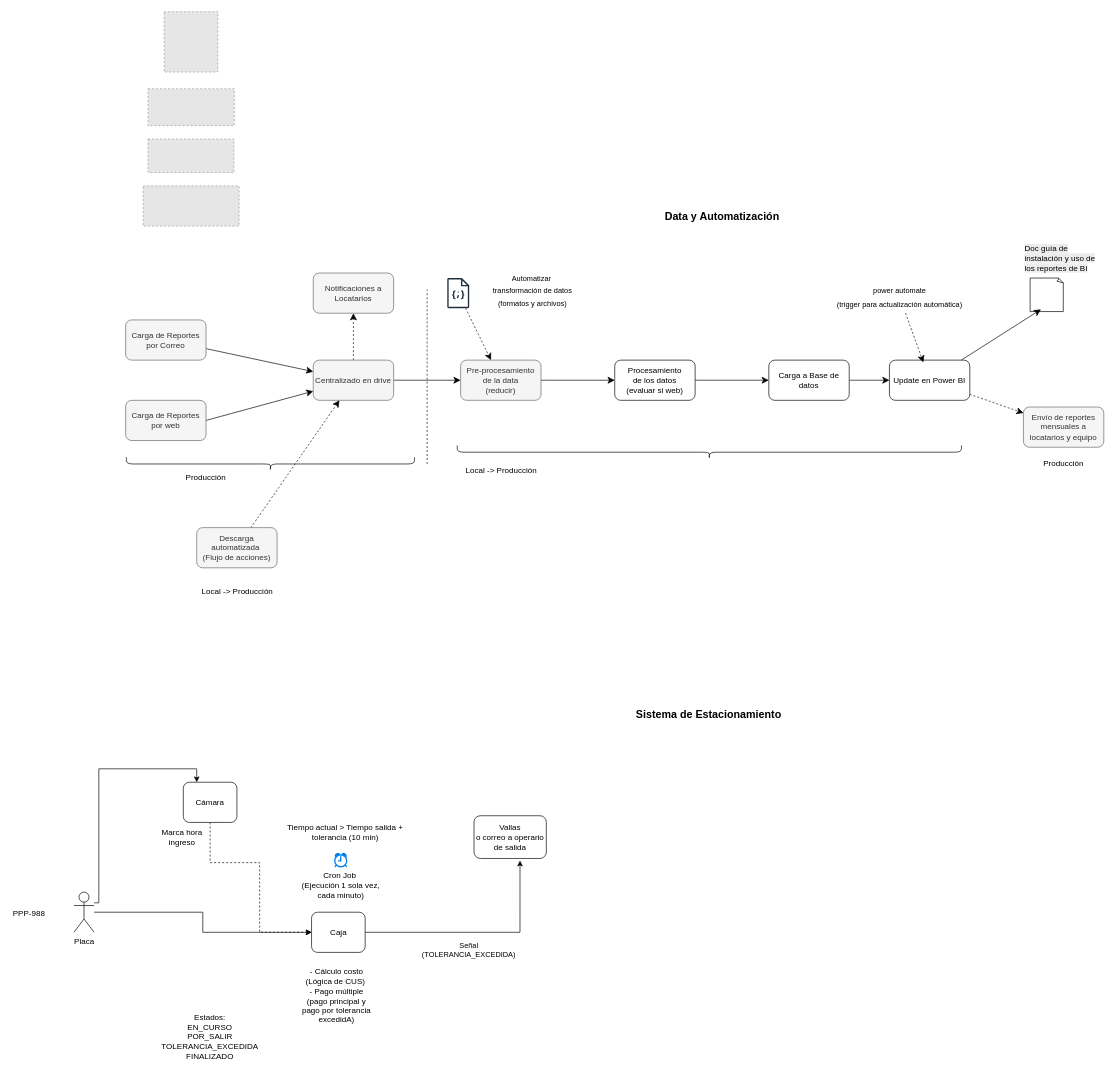
Earlier version of the draw.io diagram Diagrama sin título.drawio (germanhyt/001_architect_projects). Source tidied: cells renumbered, new cells numbered last; positions are measured from the earlier drawing's top-left corner, leaving out a move shared by most shapes. Both pictures are drawn from the tidied source at 67%, with x=0, y=0 at pixel (11, 11). Pictures stored in the file or linked from it are replaced by grey dashed boxes.
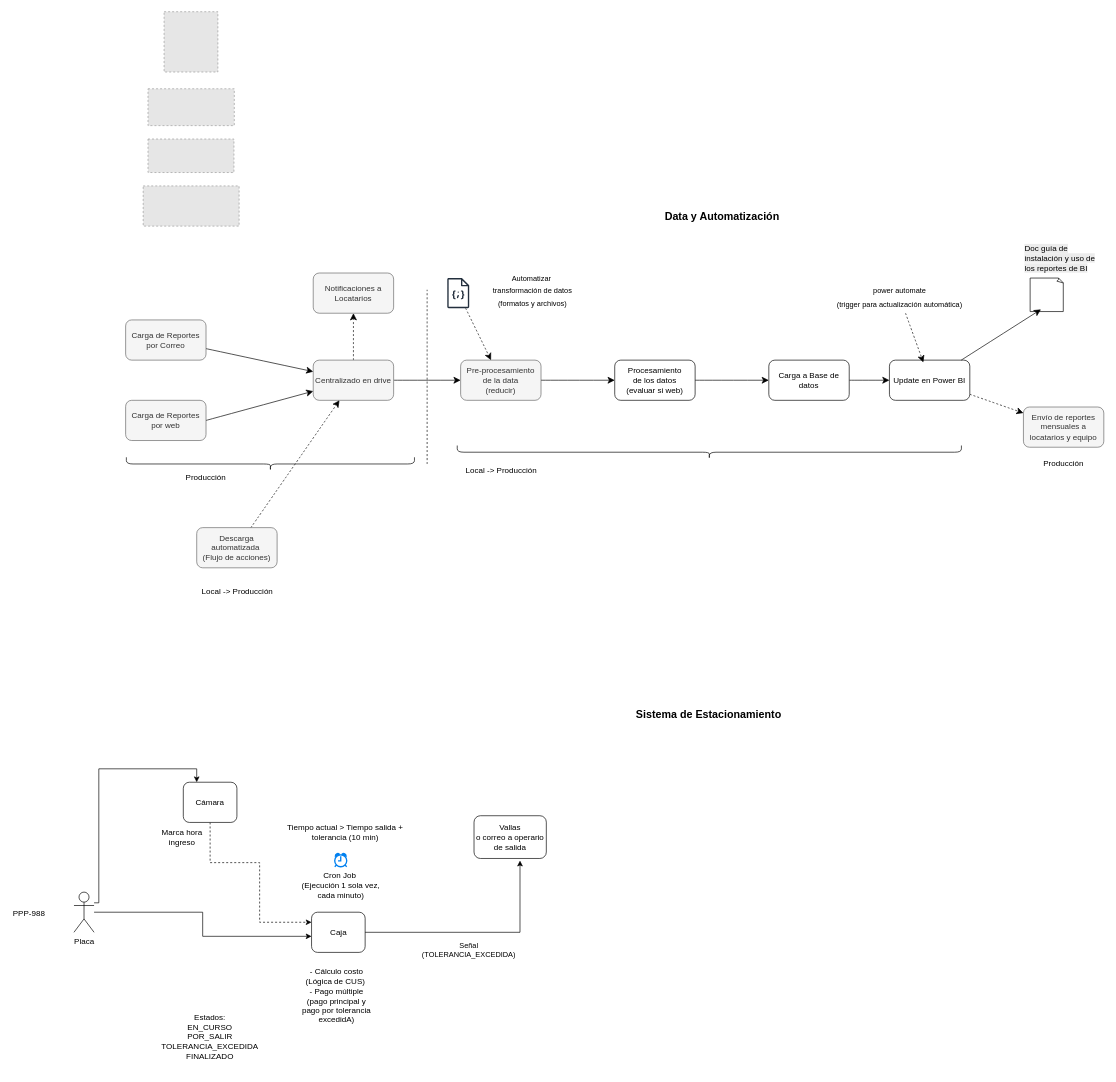
The same diagram, later.

The change refers to these unchanged cells:
```xml
<mxCell id="42" value="Caja" style="rounded=1;whiteSpace=wrap;html=1;" parent="1" vertex="1">
  <mxGeometry x="447.5" y="1344" width="80" height="60" as="geometry" />
</mxCell>
<mxCell id="46" value="Placa" style="shape=umlActor;verticalLabelPosition=bottom;verticalAlign=top;html=1;outlineConnect=0;" parent="1" vertex="1">
  <mxGeometry x="92.9" y="1314" width="30" height="60" as="geometry" />
</mxCell>
<mxCell id="51" value="Cámara" style="rounded=1;whiteSpace=wrap;html=1;" parent="1" vertex="1">
  <mxGeometry x="256.1" y="1150" width="80" height="60" as="geometry" />
</mxCell>
```

The edit, as a diff of the source:
```diff
@@
     <mxCell id="45" style="edgeStyle=orthogonalEdgeStyle;rounded=0;jettySize=auto;html=1;" parent="1" edge="1" source="46" target="42">
-      <mxGeometry relative="1" as="geometry" />
+      <mxGeometry relative="1" as="geometry">
+        <Array as="points">
+          <mxPoint x="285" y="1344" />
+          <mxPoint x="285" y="1380" />
+        </Array>
+      </mxGeometry>
     </mxCell>
@@
-    <mxCell id="50" style="edgeStyle=orthogonalEdgeStyle;rounded=0;jettySize=auto;html=1;dashed=1;" parent="1" edge="1" source="51" target="42">
+    <mxCell id="50" style="edgeStyle=orthogonalEdgeStyle;rounded=0;jettySize=auto;html=1;dashed=1;entryX=0;entryY=0.25;entryDx=0;entryDy=0;" parent="1" edge="1" source="51" target="42">
       <mxGeometry relative="1" as="geometry">
         <Array as="points">
           <mxPoint x="296" y="1270" />
           <mxPoint x="370" y="1270" />
-          <mxPoint x="370" y="1374" />
+          <mxPoint x="370" y="1359" />
         </Array>
       </mxGeometry>
     </mxCell>
```
